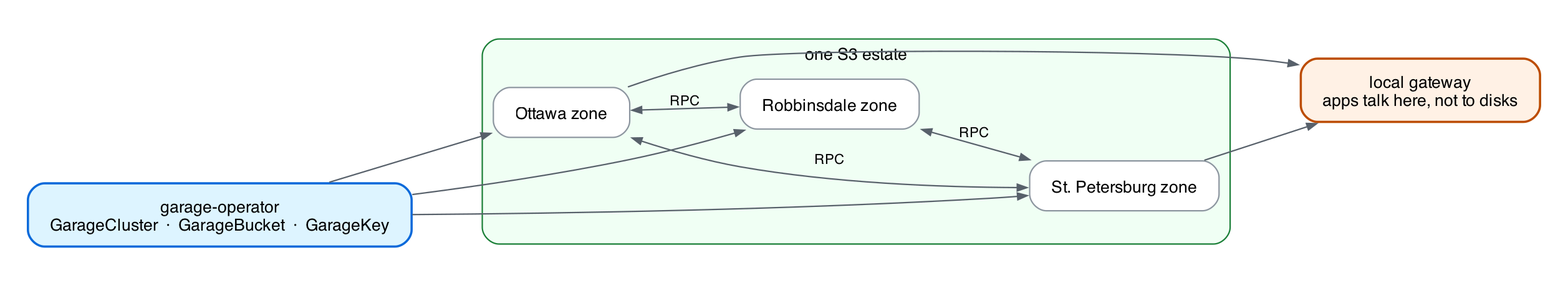
Earlier version of the Graphviz export content/post/self-hosting-an-ai-cdn/garage.png (rajsinghtech/portfolio). Its source is kept beside it as content/post/self-hosting-an-ai-cdn/garage.dot.
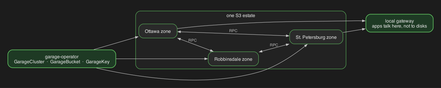
The same diagram one commit later.

The edit, as a diff of the source:
```diff
@@ -1,20 +1,21 @@
 digraph garage {
   graph [
-    rankdir=LR, splines=spline, bgcolor="#ffffff",
-    fontname="Helvetica", fontsize=12, pad=0.28, nodesep=0.45, ranksep=0.8
+    rankdir=LR, splines=spline, bgcolor="#1c1c1c",
+    fontname="Helvetica", fontsize=12, pad=0.28, nodesep=0.45, ranksep=0.8,
+    fontcolor="#e8e8e8"
   ];
   node [fontname="Helvetica", fontsize=12, shape=box, style="filled,rounded",
-        fillcolor="#ffffff", color="#8c959f", margin="0.22,0.14"];
-  edge [fontname="Helvetica", fontsize=10, color="#57606a", arrowsize=0.7];
+        fillcolor="#2a2a2a", color="#5dba5d", fontcolor="#e8e8e8", margin="0.22,0.14"];
+  edge [fontname="Helvetica", fontsize=10, color="#c8c8c8", fontcolor="#b8b8b8", arrowsize=0.7];
 
   op [
     label="garage-operator\nGarageCluster  ·  GarageBucket  ·  GarageKey",
-    fillcolor="#ddf4ff", color="#0969da", penwidth=1.6
+    fillcolor="#1e3a24", color="#5dba5d", penwidth=1.6
   ];
 
   subgraph cluster_estate {
     label="one S3 estate";
-    style="rounded,filled"; fillcolor="#f0fff4"; color="#1a7f37"; fontsize=12;
+    style="rounded,filled"; fillcolor="#222222"; color="#5dba5d"; fontsize=12; fontcolor="#e8e8e8";
     ot [label="Ottawa zone"];
     rb [label="Robbinsdale zone"];
     sp [label="St. Petersburg zone"];
@@ -25,13 +26,12 @@
 
   gw [
     label="local gateway\napps talk here, not to disks",
-    fillcolor="#fff1e5", color="#bc4c00", penwidth=1.6
+    fillcolor="#1e3a24", color="#5dba5d", penwidth=1.6
   ];
 
   op -> ot;
   op -> rb;
   op -> sp;
   ot -> gw;
-  rb -> gw [style=invis];
   sp -> gw;
 }
```
